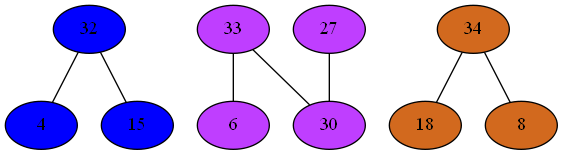
The Graphviz diagram Compiler/10phiGraph.png in mbajaj92/Project-Astoria, before a commit. Its source is kept beside it as Compiler/10phiGraph.dot.
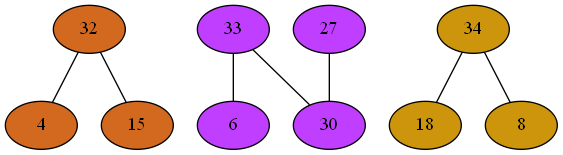
The same diagram one commit later.

Change to the diagram source:
```diff
@@ -1,26 +1,26 @@
 strict graph {
-32[label="32" style=filled fillcolor="blue1"];
+32[label="32" style=filled fillcolor="chocolate"];
 32 -- 4
 32 -- 15
 33[label="33" style=filled fillcolor="darkorchid1"];
 33 -- 6
 33 -- 30
-34[label="34" style=filled fillcolor="chocolate"];
+34[label="34" style=filled fillcolor="darkgoldenrod3"];
 34 -- 18
 34 -- 8
-18[label="18" style=filled fillcolor="chocolate"];
+18[label="18" style=filled fillcolor="darkgoldenrod3"];
 18 -- 34
-4[label="4" style=filled fillcolor="blue1"];
+4[label="4" style=filled fillcolor="chocolate"];
 4 -- 32
 6[label="6" style=filled fillcolor="darkorchid1"];
 6 -- 33
-8[label="8" style=filled fillcolor="chocolate"];
+8[label="8" style=filled fillcolor="darkgoldenrod3"];
 8 -- 34
 27[label="27" style=filled fillcolor="darkorchid1"];
 27 -- 30
 30[label="30" style=filled fillcolor="darkorchid1"];
 30 -- 33
 30 -- 27
-15[label="15" style=filled fillcolor="blue1"];
+15[label="15" style=filled fillcolor="chocolate"];
 15 -- 32
 }
```
